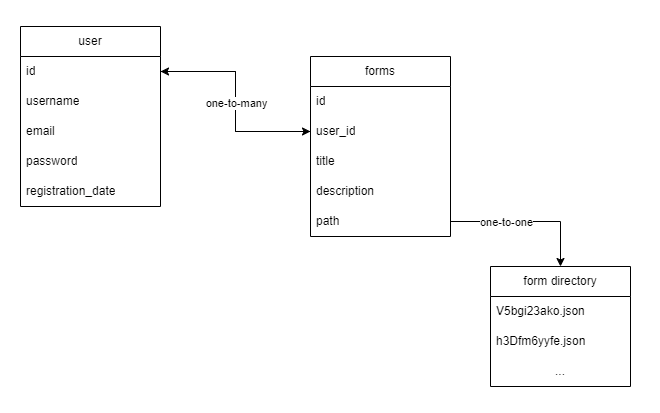
The draw.io diagram Doc/images/adatbazis_modell.png in JustCat141/SZFM-Nagyprojekt, before a commit. Source tidied: cells renumbered, new cells last; positions are measured from the earlier drawing's top-left corner, leaving out a move shared by most shapes.
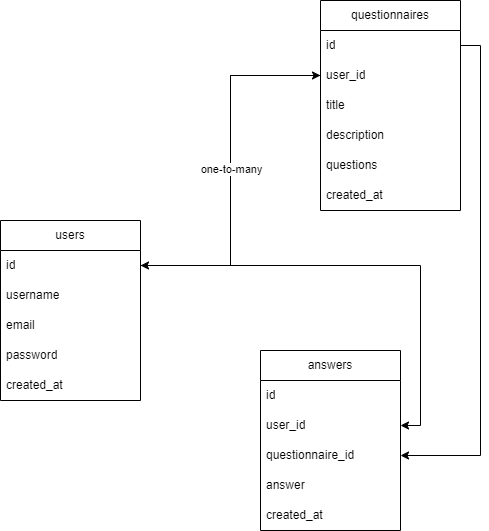
The same file after the commit.

Commit message:
Rendszerterv - Új Adatbázis modell feltöltése

Change to the diagram source:
```diff
@@ -2,8 +2,8 @@
   <root>
     <mxCell id="0" />
     <mxCell id="1" parent="0" />
-    <mxCell id="2" value="user" style="swimlane;fontStyle=0;horizontal=1;startSize=30;whiteSpace=wrap;html=1;direction=east;" parent="1" vertex="1">
-      <mxGeometry width="140" height="180" as="geometry" />
+    <mxCell id="2" value="users" style="swimlane;fontStyle=0;horizontal=1;startSize=30;whiteSpace=wrap;html=1;direction=east;" parent="1" vertex="1">
+      <mxGeometry x="100" y="100" width="140" height="180" as="geometry" />
     </mxCell>
     <mxCell id="3" value="id" style="text;strokeColor=none;fillColor=none;align=left;verticalAlign=middle;spacingLeft=4;spacingRight=4;overflow=hidden;points=[[0,0.5],[1,0.5]];portConstraint=eastwest;whiteSpace=wrap;html=1;" parent="2" vertex="1">
       <mxGeometry y="30" width="140" height="30" as="geometry" />
@@ -17,11 +17,11 @@
     <mxCell id="6" value="password" style="text;strokeColor=none;fillColor=none;align=left;verticalAlign=middle;spacingLeft=4;spacingRight=4;overflow=hidden;whiteSpace=wrap;html=1;" parent="2" vertex="1">
       <mxGeometry y="120" width="140" height="30" as="geometry" />
     </mxCell>
-    <mxCell id="7" value="registration_date" style="text;strokeColor=none;fillColor=none;align=left;verticalAlign=middle;spacingLeft=4;spacingRight=4;overflow=hidden;whiteSpace=wrap;html=1;" parent="2" vertex="1">
+    <mxCell id="7" value="created_at" style="text;strokeColor=none;fillColor=none;align=left;verticalAlign=middle;spacingLeft=4;spacingRight=4;overflow=hidden;whiteSpace=wrap;html=1;" parent="2" vertex="1">
       <mxGeometry y="150" width="140" height="30" as="geometry" />
     </mxCell>
-    <mxCell id="8" value="forms" style="swimlane;fontStyle=0;horizontal=1;startSize=30;whiteSpace=wrap;html=1;" parent="1" vertex="1">
-      <mxGeometry x="290" y="30" width="140" height="180" as="geometry" />
+    <mxCell id="8" value="questionnaires" style="swimlane;fontStyle=0;horizontal=1;startSize=30;whiteSpace=wrap;html=1;" parent="1" vertex="1">
+      <mxGeometry x="420" y="-120" width="140" height="210" as="geometry" />
     </mxCell>
     <mxCell id="9" value="id" style="text;strokeColor=none;fillColor=none;align=left;verticalAlign=middle;spacingLeft=4;spacingRight=4;overflow=hidden;points=[[0,0.5],[1,0.5]];portConstraint=eastwest;whiteSpace=wrap;html=1;" parent="8" vertex="1">
       <mxGeometry y="30" width="140" height="30" as="geometry" />
@@ -35,9 +35,12 @@
     <mxCell id="12" value="description&lt;br&gt;" style="text;strokeColor=none;fillColor=none;align=left;verticalAlign=middle;spacingLeft=4;spacingRight=4;overflow=hidden;whiteSpace=wrap;html=1;" parent="8" vertex="1">
       <mxGeometry y="120" width="140" height="30" as="geometry" />
     </mxCell>
-    <mxCell id="13" value="path" style="text;strokeColor=none;fillColor=none;align=left;verticalAlign=middle;spacingLeft=4;spacingRight=4;overflow=hidden;points=[[0,0.5],[1,0.5]];portConstraint=eastwest;whiteSpace=wrap;html=1;" parent="8" vertex="1">
+    <mxCell id="13" value="questions&lt;br&gt;" style="text;strokeColor=none;fillColor=none;align=left;verticalAlign=middle;spacingLeft=4;spacingRight=4;overflow=hidden;points=[[0,0.5],[1,0.5]];portConstraint=eastwest;whiteSpace=wrap;html=1;" parent="8" vertex="1">
       <mxGeometry y="150" width="140" height="30" as="geometry" />
     </mxCell>
+    <mxCell id="23" value="created_at" style="text;strokeColor=none;fillColor=none;align=left;verticalAlign=middle;spacingLeft=4;spacingRight=4;overflow=hidden;whiteSpace=wrap;html=1;" parent="8" vertex="1">
+      <mxGeometry y="180" width="140" height="30" as="geometry" />
+    </mxCell>
     <mxCell id="14" style="edgeStyle=orthogonalEdgeStyle;rounded=0;jettySize=auto;html=1;" parent="1" edge="1" source="3" target="10">
       <mxGeometry relative="1" as="geometry" />
     </mxCell>
@@ -47,25 +50,29 @@
     <mxCell id="16" value="one-to-many" style="edgeLabel;html=1;align=center;verticalAlign=middle;" parent="15" vertex="1">
       <mxGeometry x="-0.01" relative="1" as="geometry" />
     </mxCell>
-    <mxCell id="17" value="form directory" style="swimlane;fontStyle=0;horizontal=1;startSize=30;whiteSpace=wrap;html=1;" parent="1" vertex="1">
-      <mxGeometry x="470" y="240" width="140" height="120" as="geometry" />
-    </mxCell>
-    <mxCell id="18" value="V5bgi23ako.json" style="text;strokeColor=none;fillColor=none;align=left;verticalAlign=middle;spacingLeft=4;spacingRight=4;overflow=hidden;whiteSpace=wrap;html=1;" parent="17" vertex="1">
-      <mxGeometry y="30" width="140" height="30" as="geometry" />
-    </mxCell>
-    <mxCell id="19" value="h3Dfm6yyfe.json" style="text;strokeColor=none;fillColor=none;align=left;verticalAlign=middle;spacingLeft=4;spacingRight=4;overflow=hidden;whiteSpace=wrap;html=1;" parent="17" vertex="1">
-      <mxGeometry y="60" width="140" height="30" as="geometry" />
-    </mxCell>
-    <mxCell id="20" value="..." style="text;strokeColor=none;fillColor=none;align=center;verticalAlign=middle;spacingLeft=4;spacingRight=4;overflow=hidden;whiteSpace=wrap;html=1;" parent="17" vertex="1">
-      <mxGeometry y="90" width="140" height="30" as="geometry" />
-    </mxCell>
-    <mxCell id="21" style="edgeStyle=orthogonalEdgeStyle;rounded=0;jettySize=auto;html=1;entryX=0.5;entryY=0;entryDx=0;entryDy=0;" parent="1" edge="1" source="13" target="17">
-      <mxGeometry relative="1" as="geometry" />
-    </mxCell>
-    <mxCell id="22" value="one-to-one" style="edgeLabel;html=1;align=center;verticalAlign=middle;" parent="21" vertex="1">
-      <mxGeometry x="-0.29" y="-1" relative="1" as="geometry">
-        <mxPoint y="-1" as="offset" />
-      </mxGeometry>
-    </mxCell>
+    <mxCell id="24" value="answers" style="swimlane;fontStyle=0;horizontal=1;startSize=30;whiteSpace=wrap;html=1;" parent="1" vertex="1">
+      <mxGeometry x="360" y="230" width="140" height="180" as="geometry" />
+    </mxCell>
+    <mxCell id="25" value="id" style="text;strokeColor=none;fillColor=none;align=left;verticalAlign=middle;spacingLeft=4;spacingRight=4;overflow=hidden;whiteSpace=wrap;html=1;" parent="24" vertex="1">
+      <mxGeometry y="30" width="140" height="30" as="geometry" />
+    </mxCell>
+    <mxCell id="26" value="user_id" style="text;strokeColor=none;fillColor=none;align=left;verticalAlign=middle;spacingLeft=4;spacingRight=4;overflow=hidden;points=[[0,0.5],[1,0.5]];portConstraint=eastwest;whiteSpace=wrap;html=1;" parent="24" vertex="1">
+      <mxGeometry y="60" width="140" height="30" as="geometry" />
+    </mxCell>
+    <mxCell id="27" value="questionnaire_id" style="text;strokeColor=none;fillColor=none;align=left;verticalAlign=middle;spacingLeft=4;spacingRight=4;overflow=hidden;points=[[0,0.5],[1,0.5]];portConstraint=eastwest;whiteSpace=wrap;html=1;" parent="24" vertex="1">
+      <mxGeometry y="90" width="140" height="30" as="geometry" />
+    </mxCell>
+    <mxCell id="28" value="answer" style="text;strokeColor=none;fillColor=none;align=left;verticalAlign=middle;spacingLeft=4;spacingRight=4;overflow=hidden;whiteSpace=wrap;html=1;" parent="24" vertex="1">
+      <mxGeometry y="120" width="140" height="30" as="geometry" />
+    </mxCell>
+    <mxCell id="29" value="created_at" style="text;strokeColor=none;fillColor=none;align=left;verticalAlign=middle;spacingLeft=4;spacingRight=4;overflow=hidden;whiteSpace=wrap;html=1;" parent="24" vertex="1">
+      <mxGeometry y="150" width="140" height="30" as="geometry" />
+    </mxCell>
+    <mxCell id="30" style="edgeStyle=orthogonalEdgeStyle;rounded=0;jettySize=auto;html=1;exitX=1;exitY=0.5;exitDx=0;exitDy=0;entryX=1;entryY=0.5;entryDx=0;entryDy=0;" parent="1" edge="1" source="9" target="27">
+      <mxGeometry relative="1" as="geometry" />
+    </mxCell>
+    <mxCell id="31" style="edgeStyle=orthogonalEdgeStyle;rounded=0;jettySize=auto;html=1;entryX=1;entryY=0.5;entryDx=0;entryDy=0;" parent="1" edge="1" source="3" target="26">
+      <mxGeometry relative="1" as="geometry" />
+    </mxCell>
   </root>
 </mxGraphModel>
```
